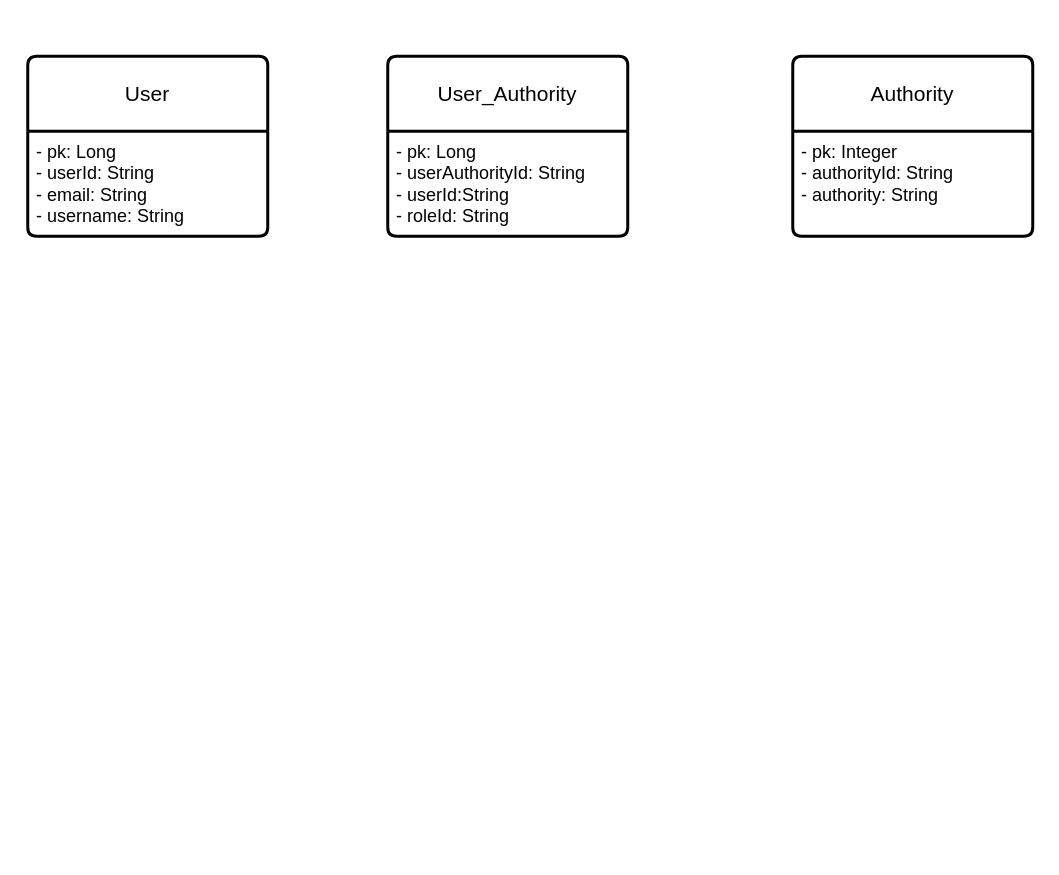
soner3/feather keeps this draw.io diagram as Feather-Tables.drawio. Above is the earlier version. Source tidied: cells renumbered, new cells numbered last; positions are measured from the earlier drawing's top-left corner, leaving out a move shared by most shapes. Both pictures are drawn from the tidied source at 150%, with x=0, y=0 at pixel (27, 56).
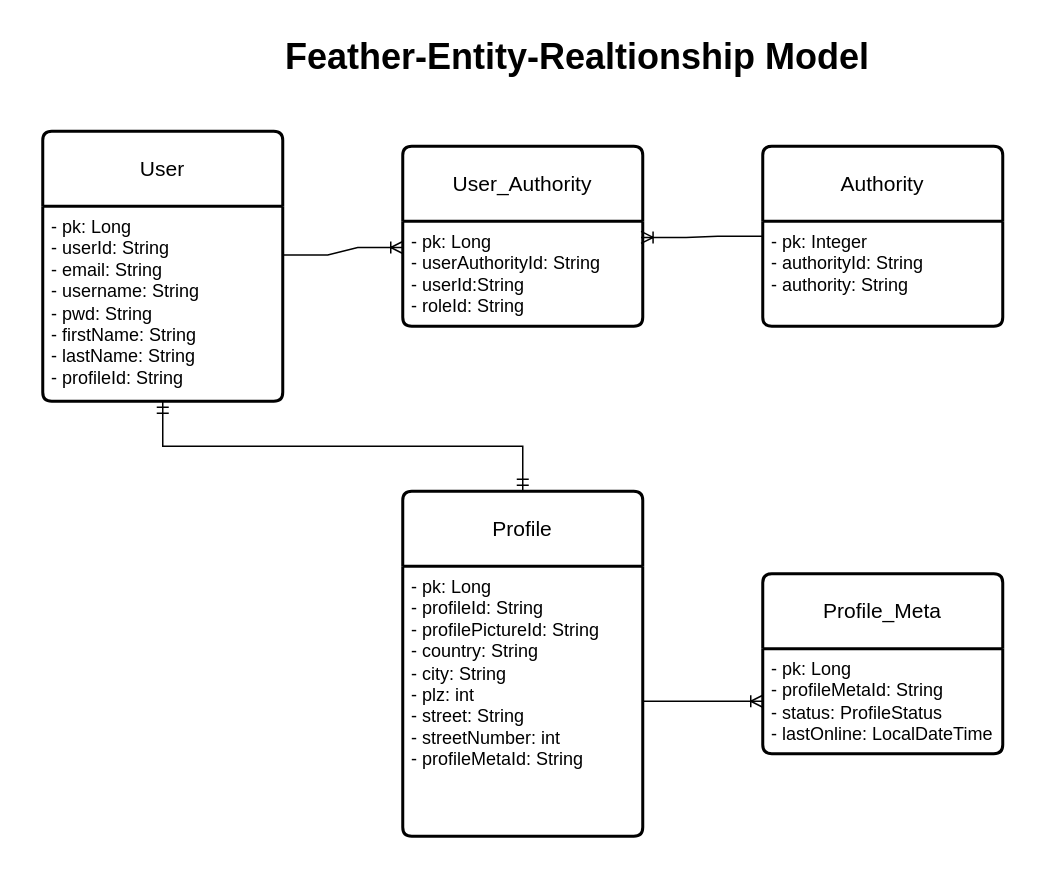
After the change.

Diff of the diagram source:
```diff
@@
 <mxGraphModel>
   <root>
     <mxCell id="0" />
     <mxCell id="1" parent="0" />
     <mxCell id="2" value="User" style="swimlane;horizontal=1;startSize=50;rounded=1;fontSize=14;fontStyle=0;strokeWidth=2;shadow=0;dashed=0;align=center;arcSize=4;whiteSpace=wrap;html=1;" parent="1" vertex="1">
-      <mxGeometry width="160" height="120" as="geometry" />
+      <mxGeometry x="10" y="50" width="160" height="180" as="geometry" />
     </mxCell>
-    <mxCell id="3" value="- pk: Long&lt;br&gt;- userId: String&lt;br&gt;- email: String&lt;div&gt;- username: String&lt;/div&gt;&lt;div&gt;&lt;br&gt;&lt;/div&gt;" style="align=left;strokeColor=none;fillColor=none;spacingLeft=4;fontSize=12;verticalAlign=top;html=1;" parent="2" vertex="1">
-      <mxGeometry y="50" width="160" height="70" as="geometry" />
+    <mxCell id="3" value="- pk: Long&lt;br&gt;- userId: String&lt;br&gt;- email: String&lt;div&gt;- username: String&lt;/div&gt;&lt;div&gt;- pwd: String&lt;/div&gt;&lt;div&gt;&lt;div&gt;&lt;div&gt;- firstName: String&lt;/div&gt;&lt;div&gt;- lastName: String&lt;/div&gt;&lt;/div&gt;&lt;div&gt;- profileId: String&lt;/div&gt;&lt;/div&gt;&lt;div&gt;&lt;br&gt;&lt;/div&gt;" style="align=left;strokeColor=none;fillColor=none;spacingLeft=4;fontSize=12;verticalAlign=top;html=1;" parent="2" vertex="1">
+      <mxGeometry y="50" width="160" height="130" as="geometry" />
     </mxCell>
     <mxCell id="4" value="User_Authority" style="swimlane;horizontal=1;startSize=50;rounded=1;fontSize=14;fontStyle=0;strokeWidth=2;shadow=0;dashed=0;align=center;arcSize=4;whiteSpace=wrap;html=1;" parent="1" vertex="1">
-      <mxGeometry x="240" width="160" height="120" as="geometry" />
+      <mxGeometry x="250" y="60" width="160" height="120" as="geometry" />
     </mxCell>
     <mxCell id="5" value="&lt;div&gt;- pk: Long&lt;/div&gt;&lt;div&gt;- userAuthorityId: String&lt;/div&gt;- userId:String&lt;div&gt;- roleId: String&lt;/div&gt;" style="align=left;strokeColor=none;fillColor=none;spacingLeft=4;fontSize=12;verticalAlign=top;html=1;" parent="4" vertex="1">
       <mxGeometry y="50" width="160" height="70" as="geometry" />
     </mxCell>
     <mxCell id="6" value="Authority" style="swimlane;horizontal=1;startSize=50;rounded=1;fontSize=14;fontStyle=0;strokeWidth=2;shadow=0;dashed=0;align=center;arcSize=4;whiteSpace=wrap;html=1;" parent="1" vertex="1">
-      <mxGeometry x="510" width="160" height="120" as="geometry" />
+      <mxGeometry x="490" y="60" width="160" height="120" as="geometry" />
     </mxCell>
-    <mxCell id="7" value="- pk: Integer&lt;div&gt;- authorityId: String&lt;/div&gt;&lt;div&gt;- authority: String&lt;/div&gt;" style="align=left;strokeColor=none;fillColor=none;spacingLeft=4;fontSize=12;verticalAlign=top;html=1;" parent="6" vertex="1">
+    <mxCell id="7" value="- pk: Integer&lt;div&gt;&lt;div&gt;- authorityId: String&lt;/div&gt;&lt;div&gt;- authority: String&lt;/div&gt;&lt;/div&gt;" style="align=left;strokeColor=none;fillColor=none;spacingLeft=4;fontSize=12;verticalAlign=top;html=1;" parent="6" vertex="1">
       <mxGeometry y="50" width="160" height="70" as="geometry" />
     </mxCell>
+    <mxCell id="8" style="edgeStyle=entityRelationEdgeStyle;fontSize=12;html=1;endArrow=ERoneToMany;rounded=0;exitX=1;exitY=0.25;exitDx=0;exitDy=0;entryX=0;entryY=0.25;entryDx=0;entryDy=0;" parent="1" edge="1" source="3" target="5">
+      <mxGeometry relative="1" as="geometry" />
+    </mxCell>
+    <mxCell id="9" style="edgeStyle=entityRelationEdgeStyle;fontSize=12;html=1;endArrow=ERoneToMany;rounded=0;exitX=0;exitY=0.5;exitDx=0;exitDy=0;entryX=0.993;entryY=0.154;entryDx=0;entryDy=0;entryPerimeter=0;" parent="1" edge="1" source="6" target="5">
+      <mxGeometry relative="1" as="geometry" />
+    </mxCell>
+    <mxCell id="10" value="Profile" style="swimlane;horizontal=1;startSize=50;rounded=1;fontSize=14;fontStyle=0;strokeWidth=2;shadow=0;dashed=0;align=center;arcSize=4;whiteSpace=wrap;html=1;" parent="1" vertex="1">
+      <mxGeometry x="250" y="290" width="160" height="230" as="geometry" />
+    </mxCell>
+    <mxCell id="11" value="- pk: Long&lt;div&gt;- profileId: String&lt;/div&gt;&lt;div&gt;- profilePictureId: String&lt;/div&gt;&lt;div&gt;- country: String&lt;/div&gt;&lt;div&gt;- city: String&lt;/div&gt;&lt;div&gt;- plz: int&lt;/div&gt;&lt;div&gt;- street: String&lt;/div&gt;&lt;div&gt;- streetNumber: int&lt;/div&gt;&lt;div&gt;- profileMetaId: String&lt;/div&gt;" style="align=left;strokeColor=none;fillColor=none;spacingLeft=4;fontSize=12;verticalAlign=top;html=1;" parent="10" vertex="1">
+      <mxGeometry y="50" width="160" height="180" as="geometry" />
+    </mxCell>
+    <mxCell id="12" style="edgeStyle=orthogonalEdgeStyle;rounded=0;orthogonalLoop=1;jettySize=auto;html=1;exitX=0.5;exitY=1;exitDx=0;exitDy=0;" parent="10" edge="1" source="11" target="11">
+      <mxGeometry relative="1" as="geometry" />
+    </mxCell>
+    <mxCell id="13" style="fontSize=12;html=1;endArrow=ERmandOne;startArrow=ERmandOne;rounded=0;exitX=0.5;exitY=0;exitDx=0;exitDy=0;entryX=0.5;entryY=1;entryDx=0;entryDy=0;edgeStyle=orthogonalEdgeStyle;" parent="1" edge="1" source="10" target="3">
+      <mxGeometry relative="1" as="geometry" />
+    </mxCell>
+    <mxCell id="14" value="Profile_Meta" style="swimlane;horizontal=1;startSize=50;rounded=1;fontSize=14;fontStyle=0;strokeWidth=2;shadow=0;dashed=0;align=center;arcSize=4;whiteSpace=wrap;html=1;" parent="1" vertex="1">
+      <mxGeometry x="490" y="345" width="160" height="120" as="geometry" />
+    </mxCell>
+    <mxCell id="15" value="- pk: Long&lt;div&gt;- profileMetaId: String&lt;/div&gt;&lt;div&gt;&lt;div&gt;- status: ProfileStatus&lt;div&gt;- lastOnline: LocalDateTime&lt;/div&gt;&lt;/div&gt;&lt;/div&gt;" style="align=left;strokeColor=none;fillColor=none;spacingLeft=4;fontSize=12;verticalAlign=top;html=1;" parent="14" vertex="1">
+      <mxGeometry y="50" width="160" height="70" as="geometry" />
+    </mxCell>
+    <mxCell id="16" style="edgeStyle=entityRelationEdgeStyle;fontSize=12;html=1;endArrow=ERoneToMany;rounded=0;exitX=1;exitY=0.5;exitDx=0;exitDy=0;entryX=0;entryY=0.5;entryDx=0;entryDy=0;" parent="1" edge="1" source="11" target="15">
+      <mxGeometry relative="1" as="geometry">
+        <Array as="points">
+          <mxPoint x="250" y="360" />
+        </Array>
+      </mxGeometry>
+    </mxCell>
+    <mxCell id="17" value="&lt;h1 style=&quot;margin-top: 0px;&quot;&gt;Feather-Entity-Realtionship Model&lt;/h1&gt;" style="text;html=1;whiteSpace=wrap;overflow=hidden;rounded=0;" parent="1" vertex="1">
+      <mxGeometry x="170" y="-20" width="400" height="40" as="geometry" />
+    </mxCell>
   </root>
 </mxGraphModel>
```
